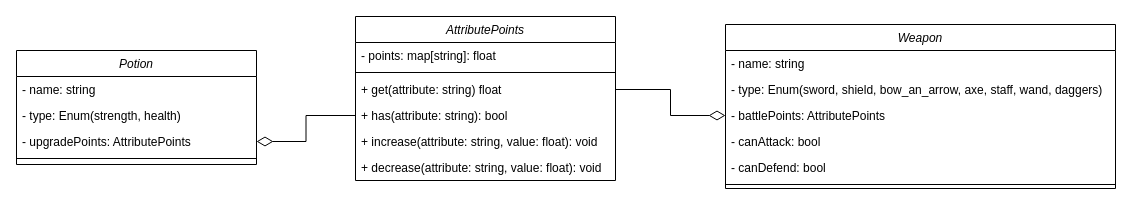
Before: docs/classes-diagram.drawio in spanishGab/unind-game, a draw.io diagram. Source tidied: cells renumbered, new cells numbered last; positions are measured from the earlier drawing's top-left corner, leaving out a move shared by most shapes. Both pictures are drawn from the tidied source at 100%, with x=0, y=0 at pixel (16, 16).
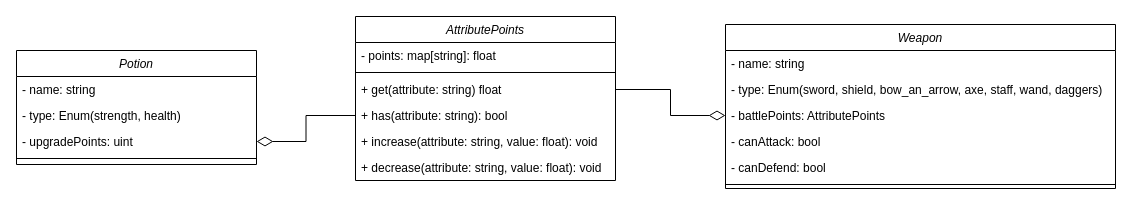
The same page after the edit.

Unchanged cells that the change refers to:
```xml
<mxCell id="17" value="Potion" style="swimlane;fontStyle=2;align=center;verticalAlign=top;horizontal=1;startSize=26;rounded=0;shadow=0;strokeWidth=1;" parent="1" vertex="1">
  <mxGeometry y="34" width="240" height="114" as="geometry" />
</mxCell>
```

Diff of the diagram source:
```diff
@@
-    <mxCell id="20" value="- upgradePoints: AttributePoints" style="text;align=left;verticalAlign=top;spacingLeft=4;spacingRight=4;overflow=hidden;points=[[0,0.5],[1,0.5]];portConstraint=eastwest;" parent="17" vertex="1">
+    <mxCell id="20" value="- upgradePoints: uint" style="text;align=left;verticalAlign=top;spacingLeft=4;spacingRight=4;overflow=hidden;points=[[0,0.5],[1,0.5]];portConstraint=eastwest;" parent="17" vertex="1">
       <mxGeometry y="78" width="240" height="26" as="geometry" />
     </mxCell>
```
